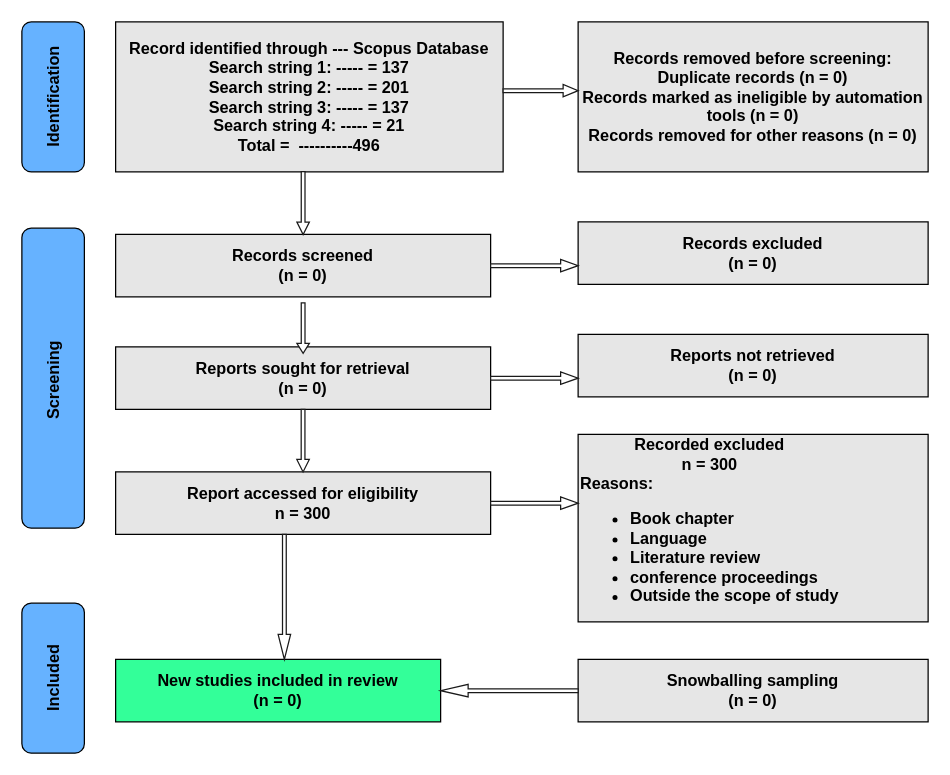
Above: flow.drawio in yemioke/PRISMA2020 (draw.io), before the change. Source tidied: cells renumbered, new cells numbered last; positions are measured from the earlier drawing's top-left corner, leaving out a move shared by most shapes. Both pictures are drawn from the tidied source at 125%, with x=0, y=0 at pixel (-98, 21).
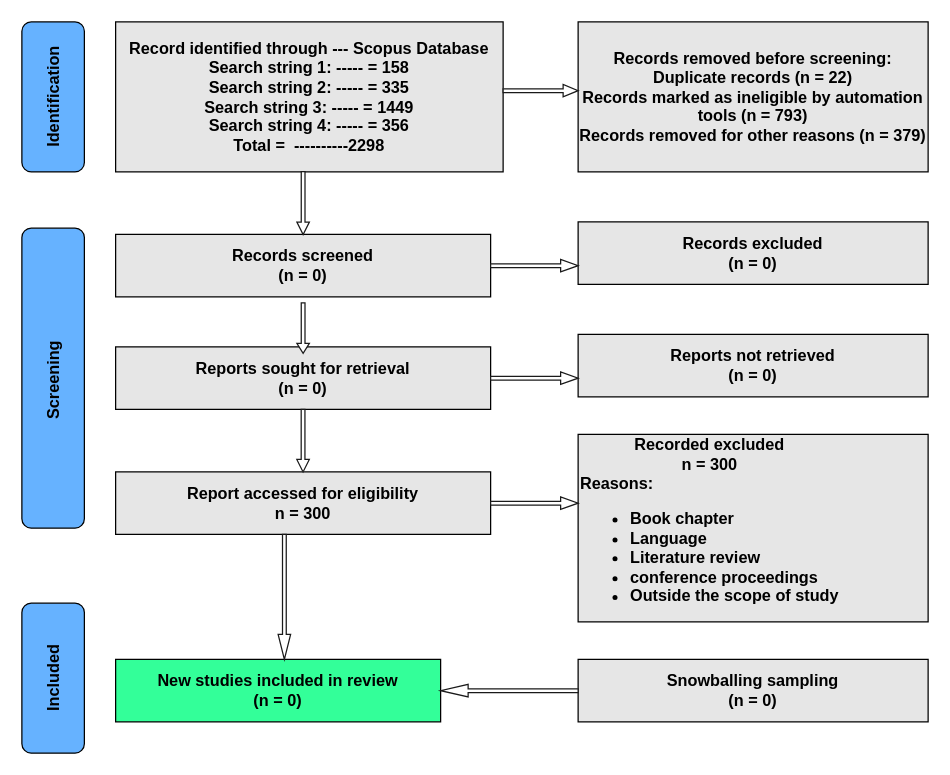
The same page after the edit.

What changed in the source:
```diff
@@
-    <mxCell id="2" value="&lt;font style=&quot;font-size: 13px;&quot;&gt;&lt;b&gt;Record identified through --- Scopus Database&lt;/b&gt;&lt;/font&gt;&lt;div&gt;&lt;font style=&quot;font-size: 13px;&quot;&gt;&lt;b&gt;Search string 1: ----- = 137&lt;/b&gt;&lt;/font&gt;&lt;/div&gt;&lt;div&gt;&lt;font style=&quot;font-size: 13px;&quot;&gt;&lt;b&gt;Search string 2: ----- = 201&lt;/b&gt;&lt;/font&gt;&lt;/div&gt;&lt;div&gt;&lt;span style=&quot;font-size: 13px; background-color: initial;&quot;&gt;&lt;b&gt;Search string 3: ----- = 137&lt;/b&gt;&lt;/span&gt;&lt;/div&gt;&lt;div&gt;&lt;span style=&quot;font-size: 13px; background-color: initial;&quot;&gt;&lt;b&gt;Search string 4: ----- = 21&lt;/b&gt;&lt;/span&gt;&lt;/div&gt;&lt;div&gt;&lt;font style=&quot;font-size: 13px;&quot;&gt;&lt;b&gt;Total =&amp;nbsp; ----------496&lt;/b&gt;&lt;/font&gt;&lt;/div&gt;" style="rounded=0;whiteSpace=wrap;html=1;fillColor=#E6E6E6;" parent="1" vertex="1">
+    <mxCell id="2" value="&lt;font style=&quot;font-size: 13px;&quot;&gt;&lt;b&gt;Record identified through --- Scopus Database&lt;/b&gt;&lt;/font&gt;&lt;div&gt;&lt;font style=&quot;font-size: 13px;&quot;&gt;&lt;b&gt;Search string 1: ----- = 158&lt;/b&gt;&lt;/font&gt;&lt;/div&gt;&lt;div&gt;&lt;font style=&quot;font-size: 13px;&quot;&gt;&lt;b&gt;Search string 2: ----- = 335&lt;/b&gt;&lt;/font&gt;&lt;/div&gt;&lt;div&gt;&lt;span style=&quot;font-size: 13px; background-color: initial;&quot;&gt;&lt;b&gt;Search string 3: ----- = 1449&lt;/b&gt;&lt;/span&gt;&lt;/div&gt;&lt;div&gt;&lt;span style=&quot;font-size: 13px; background-color: initial;&quot;&gt;&lt;b&gt;Search string 4: ----- = 356&lt;/b&gt;&lt;/span&gt;&lt;/div&gt;&lt;div&gt;&lt;font style=&quot;font-size: 13px;&quot;&gt;&lt;b&gt;Total =&amp;nbsp; ----------2298&lt;/b&gt;&lt;/font&gt;&lt;/div&gt;" style="rounded=0;whiteSpace=wrap;html=1;fillColor=#E6E6E6;" parent="1" vertex="1">
       <mxGeometry x="170" width="310" height="120" as="geometry" />
     </mxCell>
@@
-    <mxCell id="10" value="&lt;div&gt;&lt;font style=&quot;font-size: 13px;&quot;&gt;&lt;b&gt;Records removed before screening:&lt;/b&gt;&lt;/font&gt;&lt;/div&gt;&lt;div&gt;&lt;font style=&quot;font-size: 13px;&quot;&gt;&lt;b&gt;Duplicate records (n = 0)&lt;/b&gt;&lt;/font&gt;&lt;/div&gt;&lt;div&gt;&lt;font style=&quot;font-size: 13px;&quot;&gt;&lt;b&gt;Records marked as ineligible by automation&lt;/b&gt;&lt;/font&gt;&lt;/div&gt;&lt;div&gt;&lt;font style=&quot;font-size: 13px;&quot;&gt;&lt;b&gt;tools (n = 0)&lt;/b&gt;&lt;/font&gt;&lt;/div&gt;&lt;div&gt;&lt;font style=&quot;font-size: 13px;&quot;&gt;&lt;b&gt;Records removed for other reasons (n = 0)&lt;/b&gt;&lt;/font&gt;&lt;/div&gt;" style="rounded=0;whiteSpace=wrap;html=1;fillColor=#E6E6E6;" parent="1" vertex="1">
+    <mxCell id="10" value="&lt;div&gt;&lt;font style=&quot;font-size: 13px;&quot;&gt;&lt;b&gt;Records removed before screening:&lt;/b&gt;&lt;/font&gt;&lt;/div&gt;&lt;div&gt;&lt;font style=&quot;font-size: 13px;&quot;&gt;&lt;b&gt;Duplicate records (n = 22)&lt;/b&gt;&lt;/font&gt;&lt;/div&gt;&lt;div&gt;&lt;font style=&quot;font-size: 13px;&quot;&gt;&lt;b&gt;Records marked as ineligible by automation&lt;/b&gt;&lt;/font&gt;&lt;/div&gt;&lt;div&gt;&lt;font style=&quot;font-size: 13px;&quot;&gt;&lt;b&gt;tools (n = 793)&lt;/b&gt;&lt;/font&gt;&lt;/div&gt;&lt;div&gt;&lt;font style=&quot;font-size: 13px;&quot;&gt;&lt;b&gt;Records removed for other reasons (n = 379)&lt;/b&gt;&lt;/font&gt;&lt;/div&gt;" style="rounded=0;whiteSpace=wrap;html=1;fillColor=#E6E6E6;" parent="1" vertex="1">
       <mxGeometry x="540" width="280" height="120" as="geometry" />
     </mxCell>
```
